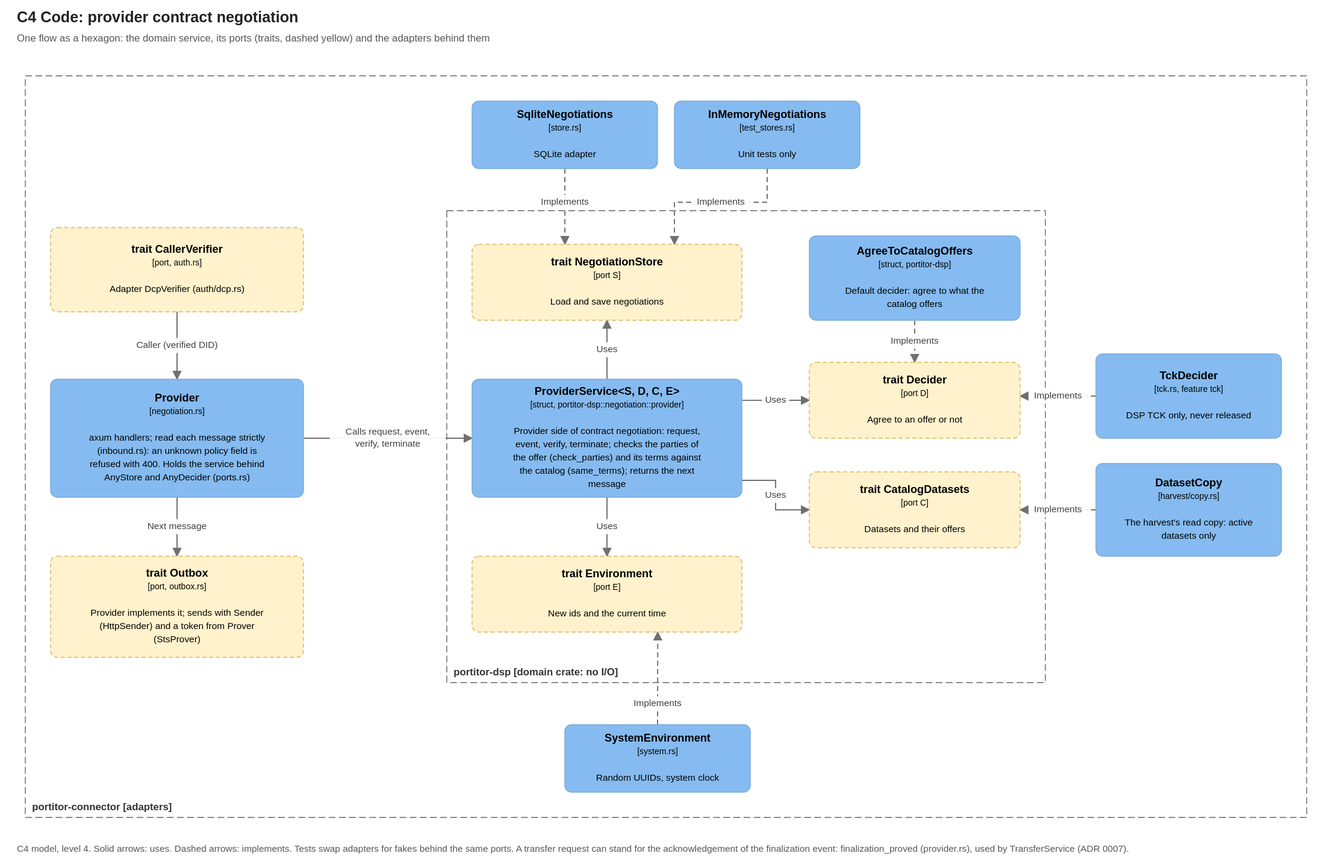
The draw.io diagram docs/diagrams/c4-negotiation-code.drawio.svg in brunopacheco1/portitor, before a commit. Source tidied: cells renumbered, new cells last; positions are measured from the earlier drawing's top-left corner, leaving out a move shared by most shapes.
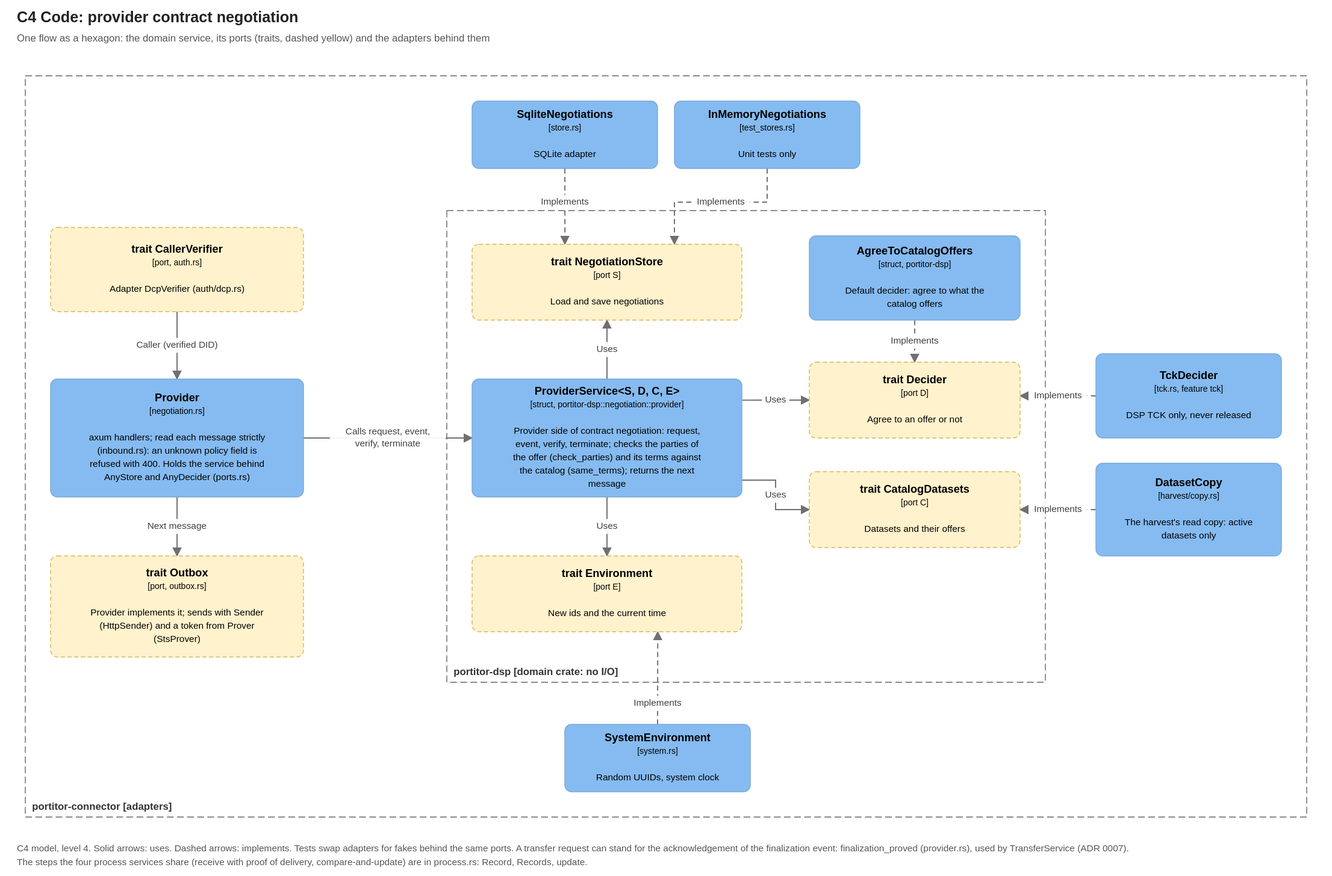
Above is the later version.

Commit message:
Docs: the shared process core (TD-42)

Diff of the diagram source:
```diff
@@ -99,7 +99,7 @@
     <mxCell id="30" value="Implements" style="endArrow=blockThin;endFill=1;html=1;rounded=0;strokeColor=#707070;fontSize=11;fontColor=#404040;labelBackgroundColor=#FFFFFF;dashed=1;exitX=0.500;exitY=0.000;exitPerimeter=0;entryX=0.688;entryY=1.000;entryPerimeter=0;" parent="1" edge="1" source="12" target="6">
       <mxGeometry relative="1" as="geometry" />
     </mxCell>
-    <mxCell id="31" value="C4 model, level 4. Solid arrows: uses. Dashed arrows: implements. Tests swap adapters for fakes behind the same ports. A transfer request can stand for the acknowledgement of the finalization event: finalization_proved (provider.rs), used by TransferService (ADR 0007)." style="text;html=1;align=left;verticalAlign=top;fontSize=11;fontColor=#555555;whiteSpace=wrap;" parent="1" vertex="1">
+    <mxCell id="31" value="C4 model, level 4. Solid arrows: uses. Dashed arrows: implements. Tests swap adapters for fakes behind the same ports. A transfer request can stand for the acknowledgement of the finalization event: finalization_proved (provider.rs), used by TransferService (ADR 0007). The steps the four process services share (receive with proof of delivery, compare-and-update) are in process.rs: Record, Records, update." style="text;html=1;align=left;verticalAlign=top;fontSize=11;fontColor=#555555;whiteSpace=wrap;" parent="1" vertex="1">
       <mxGeometry y="900" width="1540" height="40" as="geometry" />
     </mxCell>
   </root>
```
